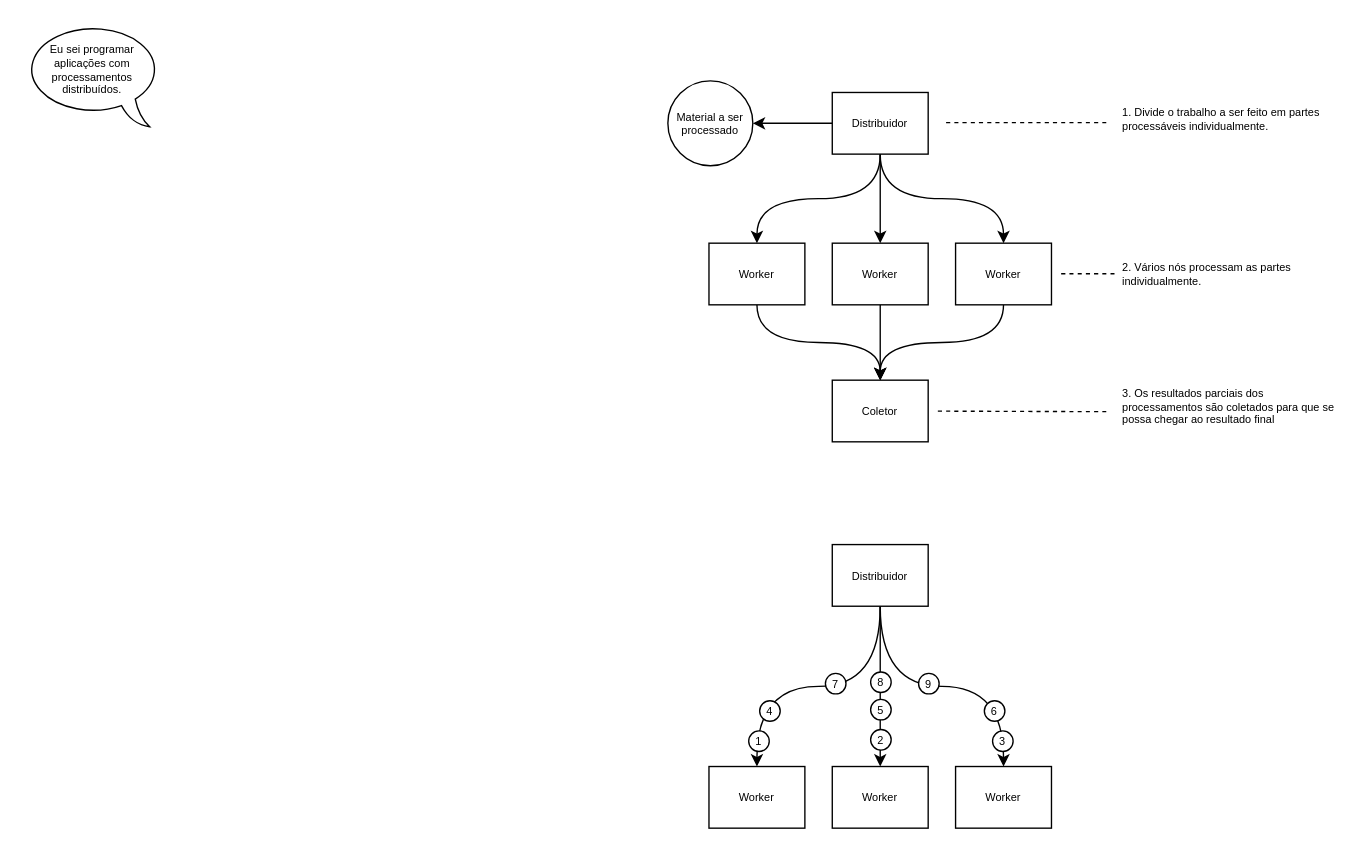
The draw.io diagram desafio-03-processamento_distribuido.drawio in zanfranceschi/desafio-03-processamento_distribuido, before the edit. Source tidied: cells renumbered, new cells numbered last; positions are measured from the earlier drawing's top-left corner, leaving out a move shared by most shapes. Both pictures are drawn from the tidied source at 137%, with x=0, y=0 at pixel (23, 23).
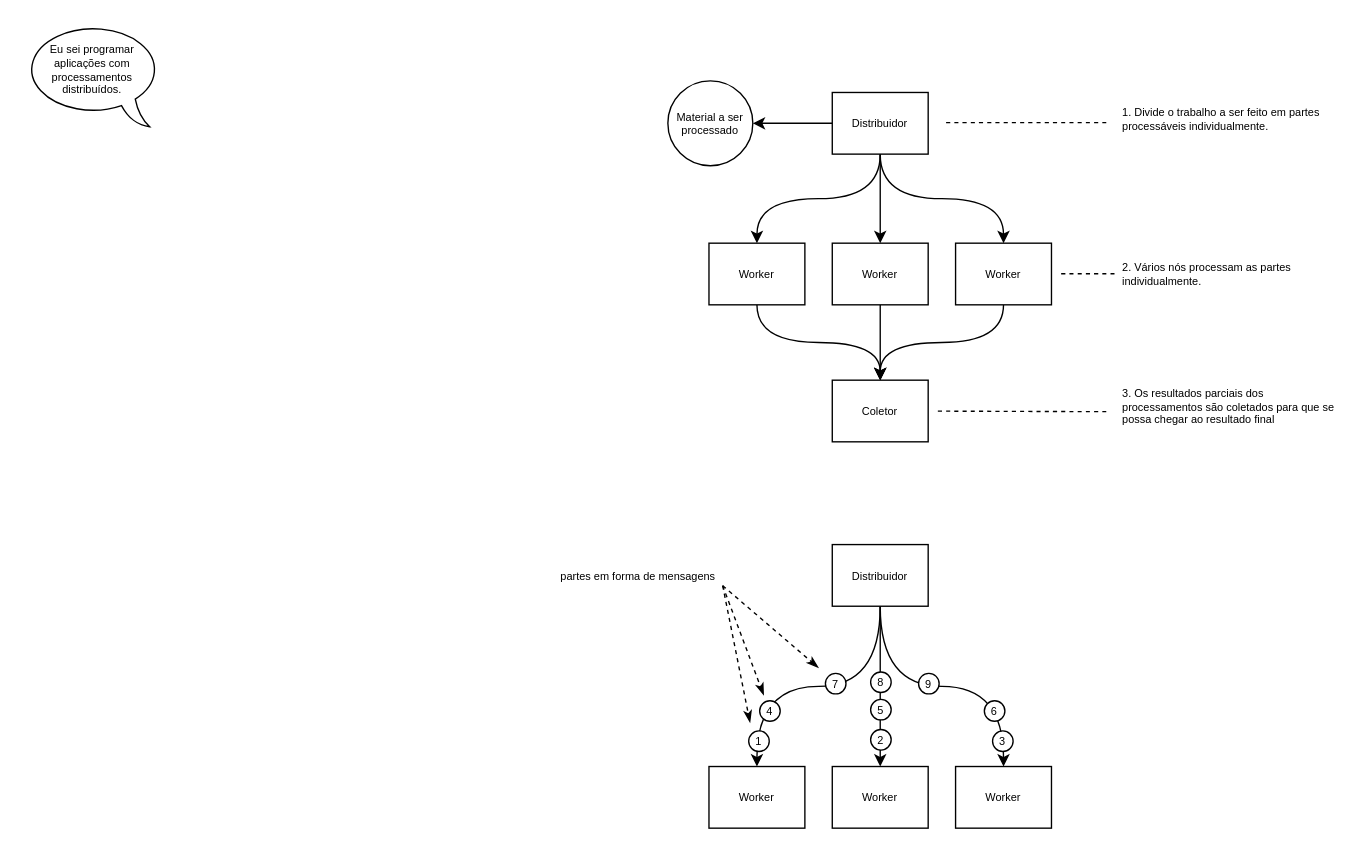
The same page after the edit.

What changed in the source:
```diff
@@
+    <mxCell id="38" value="partes em forma de mensagens" style="text;html=1;strokeColor=none;fillColor=none;align=left;verticalAlign=middle;whiteSpace=wrap;rounded=0;fontSize=8;" parent="1" vertex="1">
+      <mxGeometry x="390" y="395" width="120" height="15" as="geometry" />
+    </mxCell>
+    <mxCell id="39" style="endArrow=classicThin;html=1;rounded=0;strokeWidth=1;dashed=1;exitX=1;exitY=1;exitDx=0;exitDy=0;endFill=1;" parent="1" edge="1" source="38">
+      <mxGeometry relative="1" as="geometry">
+        <mxPoint x="580" y="470" as="targetPoint" />
+      </mxGeometry>
+    </mxCell>
+    <mxCell id="40" style="endArrow=classicThin;html=1;rounded=0;strokeWidth=1;dashed=1;endFill=1;" parent="1" edge="1">
+      <mxGeometry relative="1" as="geometry">
+        <mxPoint x="510" y="410" as="sourcePoint" />
+        <mxPoint x="540" y="490" as="targetPoint" />
+      </mxGeometry>
+    </mxCell>
+    <mxCell id="41" style="endArrow=classicThin;html=1;rounded=0;strokeWidth=1;dashed=1;endFill=1;" parent="1" edge="1">
+      <mxGeometry relative="1" as="geometry">
+        <mxPoint x="510" y="410" as="sourcePoint" />
+        <mxPoint x="530" y="510" as="targetPoint" />
+      </mxGeometry>
+    </mxCell>
```
